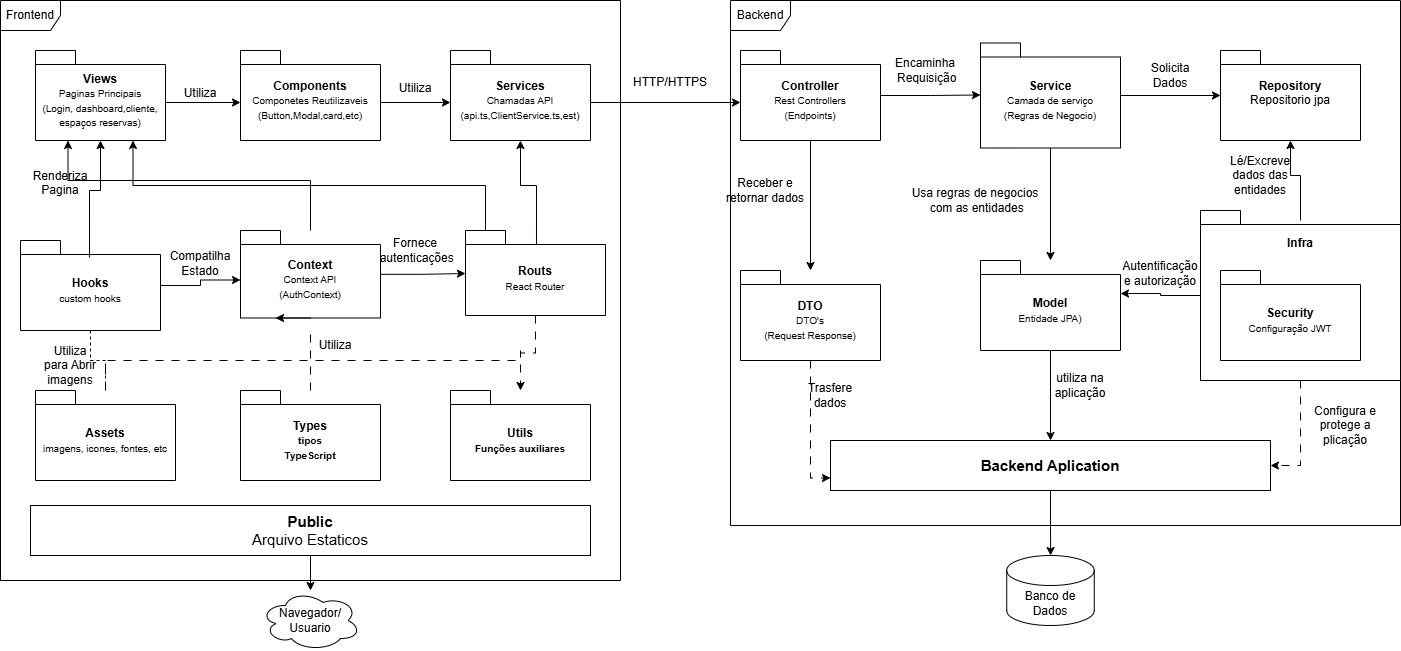
Earlier version of the draw.io export Docs/Diagramas/Diagrama de Pacotes.png (ArtKingOfNothing/Alug). Source tidied: cells renumbered, new cells last; positions are measured from the earlier drawing's top-left corner, leaving out a move shared by most shapes. Source of this version:
```xml
<mxGraphModel>
  <root>
    <mxCell id="0" />
    <mxCell id="1" parent="0" />
    <mxCell id="2" value="Frontend" style="shape=umlFrame;whiteSpace=wrap;html=1;" parent="1" vertex="1">
      <mxGeometry width="620" height="580" as="geometry" />
    </mxCell>
    <mxCell id="3" value="Backend" style="shape=umlFrame;whiteSpace=wrap;html=1;" parent="1" vertex="1">
      <mxGeometry x="730" width="670" height="525" as="geometry" />
    </mxCell>
    <mxCell id="4" value="Views&lt;div&gt;&lt;span style=&quot;font-weight: normal;&quot;&gt;&lt;font style=&quot;font-size: 10px;&quot;&gt;Paginas Principais&lt;/font&gt;&lt;/span&gt;&lt;/div&gt;&lt;div&gt;&lt;span style=&quot;font-weight: normal;&quot;&gt;&lt;font style=&quot;font-size: 10px;&quot;&gt;(Login, dashboard,cliente, espaços reservas&lt;span style=&quot;background-color: transparent; color: light-dark(rgb(0, 0, 0), rgb(255, 255, 255));&quot;&gt;)&lt;/span&gt;&lt;/font&gt;&lt;/span&gt;&lt;/div&gt;" style="shape=folder;fontStyle=1;spacingTop=10;tabWidth=40;tabHeight=14;tabPosition=left;html=1;whiteSpace=wrap;" parent="1" vertex="1">
      <mxGeometry x="35" y="50" width="130" height="90" as="geometry" />
    </mxCell>
    <mxCell id="5" value="Components&lt;div&gt;&lt;font size=&quot;1&quot;&gt;&lt;span style=&quot;font-weight: normal;&quot;&gt;Componetes Reutilizaveis&lt;/span&gt;&lt;/font&gt;&lt;/div&gt;&lt;div&gt;&lt;font size=&quot;1&quot;&gt;&lt;span style=&quot;font-weight: normal;&quot;&gt;(Button,Modal,card,etc)&lt;/span&gt;&lt;/font&gt;&lt;/div&gt;" style="shape=folder;fontStyle=1;spacingTop=10;tabWidth=40;tabHeight=14;tabPosition=left;html=1;whiteSpace=wrap;" parent="1" vertex="1">
      <mxGeometry x="240" y="50" width="140" height="90" as="geometry" />
    </mxCell>
    <mxCell id="6" value="Services&lt;div&gt;&lt;font size=&quot;1&quot;&gt;&lt;span style=&quot;font-weight: normal;&quot;&gt;Chamadas API&lt;/span&gt;&lt;/font&gt;&lt;/div&gt;&lt;div&gt;&lt;font size=&quot;1&quot;&gt;&lt;span style=&quot;font-weight: normal;&quot;&gt;(api.ts,ClientService.ts,est)&lt;/span&gt;&lt;/font&gt;&lt;/div&gt;" style="shape=folder;fontStyle=1;spacingTop=10;tabWidth=40;tabHeight=14;tabPosition=left;html=1;whiteSpace=wrap;" parent="1" vertex="1">
      <mxGeometry x="450" y="50" width="140" height="90" as="geometry" />
    </mxCell>
    <mxCell id="7" value="Hooks&lt;div&gt;&lt;font size=&quot;1&quot;&gt;&lt;span style=&quot;font-weight: normal;&quot;&gt;custom hooks&lt;/span&gt;&lt;/font&gt;&lt;/div&gt;" style="shape=folder;fontStyle=1;spacingTop=10;tabWidth=40;tabHeight=14;tabPosition=left;html=1;whiteSpace=wrap;" parent="1" vertex="1">
      <mxGeometry x="20" y="240" width="140" height="90" as="geometry" />
    </mxCell>
    <mxCell id="8" value="Context&lt;div&gt;&lt;font size=&quot;1&quot;&gt;&lt;span style=&quot;font-weight: normal;&quot;&gt;Context API&lt;/span&gt;&lt;/font&gt;&lt;/div&gt;&lt;div&gt;&lt;font size=&quot;1&quot;&gt;&lt;span style=&quot;font-weight: normal;&quot;&gt;(AuthContext)&lt;/span&gt;&lt;/font&gt;&lt;/div&gt;" style="shape=folder;fontStyle=1;spacingTop=10;tabWidth=40;tabHeight=14;tabPosition=left;html=1;whiteSpace=wrap;" parent="1" vertex="1">
      <mxGeometry x="240" y="230" width="140" height="87.5" as="geometry" />
    </mxCell>
    <mxCell id="9" style="edgeStyle=orthogonalEdgeStyle;rounded=0;jettySize=auto;html=1;exitX=0.507;exitY=0.2;exitDx=0;exitDy=0;exitPerimeter=0;" parent="1" edge="1" source="11" target="6">
      <mxGeometry relative="1" as="geometry" />
    </mxCell>
    <mxCell id="10" style="edgeStyle=orthogonalEdgeStyle;rounded=0;jettySize=auto;html=1;dashed=1;dashPattern=8 8;" parent="1" edge="1" source="11" target="17">
      <mxGeometry relative="1" as="geometry" />
    </mxCell>
    <mxCell id="11" value="Routs&lt;div&gt;&lt;font size=&quot;1&quot;&gt;&lt;span style=&quot;font-weight: 400;&quot;&gt;React Router&lt;/span&gt;&lt;/font&gt;&lt;/div&gt;" style="shape=folder;fontStyle=1;spacingTop=10;tabWidth=40;tabHeight=14;tabPosition=left;html=1;whiteSpace=wrap;" parent="1" vertex="1">
      <mxGeometry x="465" y="230" width="140" height="85" as="geometry" />
    </mxCell>
    <mxCell id="12" style="edgeStyle=orthogonalEdgeStyle;rounded=0;jettySize=auto;html=1;dashed=1;dashPattern=8 8;endArrow=none;endFill=0;" parent="1" edge="1" source="13">
      <mxGeometry relative="1" as="geometry">
        <mxPoint x="520" y="350" as="targetPoint" />
        <Array as="points">
          <mxPoint x="105" y="360" />
          <mxPoint x="520" y="360" />
        </Array>
      </mxGeometry>
    </mxCell>
    <mxCell id="13" value="Assets&lt;div&gt;&lt;font size=&quot;1&quot;&gt;&lt;span style=&quot;font-weight: normal;&quot;&gt;imagens, icones, fontes, etc&lt;/span&gt;&lt;/font&gt;&lt;/div&gt;" style="shape=folder;fontStyle=1;spacingTop=10;tabWidth=40;tabHeight=14;tabPosition=left;html=1;whiteSpace=wrap;" parent="1" vertex="1">
      <mxGeometry x="35" y="390" width="140" height="90" as="geometry" />
    </mxCell>
    <mxCell id="14" style="edgeStyle=orthogonalEdgeStyle;rounded=0;orthogonalLoop=1;jettySize=auto;html=1;exitX=0.5;exitY=1;exitDx=0;exitDy=0;exitPerimeter=0;entryX=0.25;entryY=1;entryDx=0;entryDy=0;entryPerimeter=0;" parent="1" edge="1" source="8" target="8">
      <mxGeometry relative="1" as="geometry" />
    </mxCell>
    <mxCell id="15" style="edgeStyle=orthogonalEdgeStyle;rounded=0;jettySize=auto;html=1;endArrow=none;endFill=0;dashed=1;dashPattern=8 8;" parent="1" edge="1" source="16">
      <mxGeometry relative="1" as="geometry">
        <mxPoint x="310" y="330" as="targetPoint" />
      </mxGeometry>
    </mxCell>
    <mxCell id="16" value="Types&lt;div&gt;&lt;font style=&quot;font-size: 10px;&quot;&gt;tipos&lt;/font&gt;&lt;/div&gt;&lt;div&gt;&lt;font style=&quot;font-size: 10px;&quot;&gt;TypeScript&lt;/font&gt;&lt;/div&gt;" style="shape=folder;fontStyle=1;spacingTop=10;tabWidth=40;tabHeight=14;tabPosition=left;html=1;whiteSpace=wrap;" parent="1" vertex="1">
      <mxGeometry x="240" y="390" width="140" height="90" as="geometry" />
    </mxCell>
    <mxCell id="17" value="Utils&lt;div&gt;&lt;font size=&quot;1&quot;&gt;Funções auxiliares&lt;/font&gt;&lt;/div&gt;" style="shape=folder;fontStyle=1;spacingTop=10;tabWidth=40;tabHeight=14;tabPosition=left;html=1;whiteSpace=wrap;" parent="1" vertex="1">
      <mxGeometry x="450" y="390" width="140" height="90" as="geometry" />
    </mxCell>
    <mxCell id="18" style="edgeStyle=orthogonalEdgeStyle;rounded=0;jettySize=auto;html=1;" parent="1" edge="1" source="19" target="20">
      <mxGeometry relative="1" as="geometry" />
    </mxCell>
    <mxCell id="19" value="&lt;font style=&quot;font-size: 15px;&quot;&gt;&lt;b style=&quot;&quot;&gt;Public&lt;br&gt;&lt;/b&gt;Arquivo Estaticos&lt;/font&gt;" style="html=1;whiteSpace=wrap;" parent="1" vertex="1">
      <mxGeometry x="30" y="505" width="560" height="50" as="geometry" />
    </mxCell>
    <mxCell id="20" value="Navegador/&lt;div&gt;Usuario&lt;/div&gt;" style="ellipse;shape=cloud;whiteSpace=wrap;html=1;align=center;" parent="1" vertex="1">
      <mxGeometry x="260" y="590" width="100" height="60" as="geometry" />
    </mxCell>
    <mxCell id="21" style="edgeStyle=orthogonalEdgeStyle;rounded=0;jettySize=auto;html=1;" parent="1" edge="1" source="22" target="30">
      <mxGeometry relative="1" as="geometry" />
    </mxCell>
    <mxCell id="22" value="Controller&lt;div&gt;&lt;span style=&quot;font-weight: normal; font-size: x-small; background-color: transparent; color: light-dark(rgb(0, 0, 0), rgb(255, 255, 255));&quot;&gt;Rest Controllers&lt;/span&gt;&lt;/div&gt;&lt;div&gt;&lt;span style=&quot;font-weight: normal; font-size: x-small; background-color: transparent; color: light-dark(rgb(0, 0, 0), rgb(255, 255, 255));&quot;&gt;(Endpoints)&lt;/span&gt;&lt;/div&gt;" style="shape=folder;fontStyle=1;spacingTop=10;tabWidth=40;tabHeight=14;tabPosition=left;html=1;whiteSpace=wrap;" parent="1" vertex="1">
      <mxGeometry x="740" y="50" width="140" height="90" as="geometry" />
    </mxCell>
    <mxCell id="23" value="Repository&lt;div&gt;&lt;span style=&quot;font-weight: normal;&quot;&gt;Repositorio jpa&lt;/span&gt;&lt;/div&gt;&lt;div&gt;&lt;span style=&quot;font-weight: normal;&quot;&gt;&lt;br&gt;&lt;/span&gt;&lt;/div&gt;" style="shape=folder;fontStyle=1;spacingTop=10;tabWidth=40;tabHeight=14;tabPosition=left;html=1;whiteSpace=wrap;" parent="1" vertex="1">
      <mxGeometry x="1220" y="50" width="140" height="90" as="geometry" />
    </mxCell>
    <mxCell id="24" style="edgeStyle=orthogonalEdgeStyle;rounded=0;jettySize=auto;html=1;" parent="1" edge="1" source="26" target="23">
      <mxGeometry relative="1" as="geometry" />
    </mxCell>
    <mxCell id="25" style="edgeStyle=orthogonalEdgeStyle;rounded=0;jettySize=auto;html=1;" parent="1" edge="1" source="26" target="32">
      <mxGeometry relative="1" as="geometry" />
    </mxCell>
    <mxCell id="26" value="Service&lt;div&gt;&lt;font size=&quot;1&quot;&gt;&lt;span style=&quot;font-weight: 400;&quot;&gt;Camada de serviço&lt;/span&gt;&lt;/font&gt;&lt;/div&gt;&lt;div&gt;&lt;font size=&quot;1&quot;&gt;&lt;span style=&quot;font-weight: 400;&quot;&gt;(Regras de Negocio)&lt;/span&gt;&lt;/font&gt;&lt;/div&gt;" style="shape=folder;fontStyle=1;spacingTop=10;tabWidth=40;tabHeight=14;tabPosition=left;html=1;whiteSpace=wrap;" parent="1" vertex="1">
      <mxGeometry x="980" y="42.5" width="140" height="105" as="geometry" />
    </mxCell>
    <mxCell id="27" style="edgeStyle=orthogonalEdgeStyle;rounded=0;jettySize=auto;html=1;entryX=1;entryY=0.5;entryDx=0;entryDy=0;dashed=1;dashPattern=8 8;" parent="1" edge="1" source="28" target="36">
      <mxGeometry relative="1" as="geometry" />
    </mxCell>
    <mxCell id="28" value="Infra&lt;div&gt;&lt;br&gt;&lt;/div&gt;&lt;div&gt;&lt;br&gt;&lt;/div&gt;&lt;div&gt;&lt;br&gt;&lt;/div&gt;&lt;div&gt;&lt;br&gt;&lt;/div&gt;&lt;div&gt;&lt;br&gt;&lt;/div&gt;&lt;div&gt;&lt;br&gt;&lt;/div&gt;&lt;div&gt;&lt;br&gt;&lt;div&gt;&lt;br&gt;&lt;/div&gt;&lt;/div&gt;" style="shape=folder;fontStyle=1;spacingTop=10;tabWidth=40;tabHeight=14;tabPosition=left;html=1;whiteSpace=wrap;" parent="1" vertex="1">
      <mxGeometry x="1200" y="210" width="200" height="170" as="geometry" />
    </mxCell>
    <mxCell id="29" style="edgeStyle=orthogonalEdgeStyle;rounded=0;jettySize=auto;html=1;entryX=0;entryY=0.75;entryDx=0;entryDy=0;dashed=1;dashPattern=8 8;" parent="1" edge="1" source="30" target="36">
      <mxGeometry relative="1" as="geometry" />
    </mxCell>
    <mxCell id="30" value="DTO&lt;br&gt;&lt;div&gt;&lt;font size=&quot;1&quot;&gt;&lt;span style=&quot;font-weight: 400;&quot;&gt;DTO's&lt;/span&gt;&lt;/font&gt;&lt;/div&gt;&lt;div&gt;&lt;font size=&quot;1&quot;&gt;&lt;span style=&quot;font-weight: 400;&quot;&gt;(Request Response)&lt;/span&gt;&lt;/font&gt;&lt;/div&gt;" style="shape=folder;fontStyle=1;spacingTop=10;tabWidth=40;tabHeight=14;tabPosition=left;html=1;whiteSpace=wrap;" parent="1" vertex="1">
      <mxGeometry x="740" y="270" width="140" height="90" as="geometry" />
    </mxCell>
    <mxCell id="31" style="edgeStyle=orthogonalEdgeStyle;rounded=0;jettySize=auto;html=1;" parent="1" edge="1" source="32" target="36">
      <mxGeometry relative="1" as="geometry" />
    </mxCell>
    <mxCell id="32" value="Model&lt;br&gt;&lt;div&gt;&lt;span style=&quot;font-weight: normal; font-size: x-small; background-color: transparent; color: light-dark(rgb(0, 0, 0), rgb(255, 255, 255));&quot;&gt;Entidade JPA)&lt;/span&gt;&lt;/div&gt;" style="shape=folder;fontStyle=1;spacingTop=10;tabWidth=40;tabHeight=14;tabPosition=left;html=1;whiteSpace=wrap;" parent="1" vertex="1">
      <mxGeometry x="980" y="260" width="140" height="90" as="geometry" />
    </mxCell>
    <mxCell id="33" style="edgeStyle=orthogonalEdgeStyle;rounded=0;jettySize=auto;html=1;exitX=0;exitY=0;exitDx=140;exitDy=52;exitPerimeter=0;entryX=0;entryY=0;entryDx=0;entryDy=52;entryPerimeter=0;" parent="1" edge="1" source="6" target="22">
      <mxGeometry relative="1" as="geometry" />
    </mxCell>
    <mxCell id="34" value="Security&lt;div&gt;&lt;font size=&quot;1&quot;&gt;&lt;span style=&quot;font-weight: 400;&quot;&gt;Configuração JWT&lt;/span&gt;&lt;/font&gt;&lt;/div&gt;" style="shape=folder;fontStyle=1;spacingTop=10;tabWidth=40;tabHeight=14;tabPosition=left;html=1;whiteSpace=wrap;" parent="1" vertex="1">
      <mxGeometry x="1220" y="270" width="140" height="90" as="geometry" />
    </mxCell>
    <mxCell id="35" style="edgeStyle=orthogonalEdgeStyle;rounded=0;jettySize=auto;html=1;" parent="1" edge="1" source="36" target="37">
      <mxGeometry relative="1" as="geometry" />
    </mxCell>
    <mxCell id="36" value="&lt;b&gt;&lt;font style=&quot;font-size: 15px;&quot;&gt;Backend Aplication&lt;/font&gt;&lt;/b&gt;" style="html=1;whiteSpace=wrap;" parent="1" vertex="1">
      <mxGeometry x="830" y="440" width="440" height="50" as="geometry" />
    </mxCell>
    <mxCell id="37" value="Banco de Dados" style="shape=cylinder3;whiteSpace=wrap;html=1;boundedLbl=1;backgroundOutline=1;size=15;" parent="1" vertex="1">
      <mxGeometry x="1006.2" y="555" width="87.5" height="70" as="geometry" />
    </mxCell>
    <mxCell id="38" value="&lt;p dir=&quot;auto&quot; style=&quot;white-space: pre-wrap;&quot;&gt;HTTP/HTTPS&lt;/p&gt;&lt;p dir=&quot;auto&quot; style=&quot;white-space: pre-wrap;&quot;&gt;&lt;br&gt;&lt;/p&gt;" style="text;html=1;whiteSpace=wrap;strokeColor=none;fillColor=none;align=center;verticalAlign=middle;rounded=0;" parent="1" vertex="1">
      <mxGeometry x="640" y="80" width="60" height="30" as="geometry" />
    </mxCell>
    <mxCell id="39" style="edgeStyle=orthogonalEdgeStyle;rounded=0;jettySize=auto;html=1;exitX=0;exitY=0;exitDx=130;exitDy=52;exitPerimeter=0;entryX=0;entryY=0;entryDx=0;entryDy=52;entryPerimeter=0;" parent="1" edge="1" source="4" target="5">
      <mxGeometry relative="1" as="geometry" />
    </mxCell>
    <mxCell id="40" value="Utiliza&lt;div&gt;&lt;br&gt;&lt;/div&gt;" style="text;html=1;whiteSpace=wrap;strokeColor=none;fillColor=none;align=center;verticalAlign=middle;rounded=0;" parent="1" vertex="1">
      <mxGeometry x="170" y="80" width="60" height="40" as="geometry" />
    </mxCell>
    <mxCell id="41" value="Utiliza&lt;div&gt;&lt;br&gt;&lt;/div&gt;" style="text;html=1;whiteSpace=wrap;strokeColor=none;fillColor=none;align=center;verticalAlign=middle;rounded=0;" parent="1" vertex="1">
      <mxGeometry x="385" y="75" width="60" height="40" as="geometry" />
    </mxCell>
    <mxCell id="42" style="edgeStyle=orthogonalEdgeStyle;rounded=0;jettySize=auto;html=1;exitX=0;exitY=0;exitDx=140;exitDy=52;exitPerimeter=0;entryX=0;entryY=0;entryDx=0;entryDy=52;entryPerimeter=0;" parent="1" edge="1" source="5" target="6">
      <mxGeometry relative="1" as="geometry" />
    </mxCell>
    <mxCell id="43" style="edgeStyle=orthogonalEdgeStyle;rounded=0;jettySize=auto;html=1;entryX=0.5;entryY=1;entryDx=0;entryDy=0;entryPerimeter=0;exitX=0.493;exitY=0.189;exitDx=0;exitDy=0;exitPerimeter=0;" parent="1" edge="1" source="7" target="4">
      <mxGeometry relative="1" as="geometry" />
    </mxCell>
    <mxCell id="44" value="Renderiza&lt;div&gt;Pagina&lt;div&gt;&lt;br&gt;&lt;/div&gt;&lt;/div&gt;" style="text;html=1;whiteSpace=wrap;strokeColor=none;fillColor=none;align=center;verticalAlign=middle;rounded=0;" parent="1" vertex="1">
      <mxGeometry x="20" y="160" width="80" height="60" as="geometry" />
    </mxCell>
    <mxCell id="45" style="edgeStyle=orthogonalEdgeStyle;rounded=0;jettySize=auto;html=1;entryX=0.25;entryY=1;entryDx=0;entryDy=0;entryPerimeter=0;" parent="1" edge="1" source="8" target="4">
      <mxGeometry relative="1" as="geometry">
        <Array as="points">
          <mxPoint x="310" y="180" />
          <mxPoint x="68" y="180" />
        </Array>
      </mxGeometry>
    </mxCell>
    <mxCell id="46" style="edgeStyle=orthogonalEdgeStyle;rounded=0;jettySize=auto;html=1;exitX=0;exitY=0;exitDx=20;exitDy=0;exitPerimeter=0;entryX=0.75;entryY=1;entryDx=0;entryDy=0;entryPerimeter=0;" parent="1" edge="1" source="11" target="4">
      <mxGeometry relative="1" as="geometry" />
    </mxCell>
    <mxCell id="47" style="edgeStyle=orthogonalEdgeStyle;rounded=0;jettySize=auto;html=1;entryX=0;entryY=0;entryDx=0;entryDy=49.5;entryPerimeter=0;" parent="1" edge="1" source="7" target="8">
      <mxGeometry relative="1" as="geometry" />
    </mxCell>
    <mxCell id="48" style="edgeStyle=orthogonalEdgeStyle;rounded=0;jettySize=auto;html=1;entryX=0;entryY=0.506;entryDx=0;entryDy=0;entryPerimeter=0;" parent="1" edge="1" source="8" target="11">
      <mxGeometry relative="1" as="geometry" />
    </mxCell>
    <mxCell id="49" style="edgeStyle=orthogonalEdgeStyle;rounded=0;jettySize=auto;html=1;entryX=0.5;entryY=1;entryDx=0;entryDy=0;entryPerimeter=0;endArrow=none;endFill=0;dashed=1;" parent="1" edge="1" source="13" target="7">
      <mxGeometry relative="1" as="geometry" />
    </mxCell>
    <mxCell id="50" value="Utiliza para Abrir imagens" style="text;html=1;whiteSpace=wrap;strokeColor=none;fillColor=none;align=center;verticalAlign=middle;rounded=0;" parent="1" vertex="1">
      <mxGeometry x="40" y="350" width="60" height="30" as="geometry" />
    </mxCell>
    <mxCell id="51" value="Utiliza" style="text;html=1;whiteSpace=wrap;strokeColor=none;fillColor=none;align=center;verticalAlign=middle;rounded=0;" parent="1" vertex="1">
      <mxGeometry x="305" y="330" width="60" height="30" as="geometry" />
    </mxCell>
    <mxCell id="52" value="Fornece&lt;div&gt;&amp;nbsp;autenticações&lt;/div&gt;" style="text;html=1;whiteSpace=wrap;strokeColor=none;fillColor=none;align=center;verticalAlign=middle;rounded=0;" parent="1" vertex="1">
      <mxGeometry x="365" y="230" width="100" height="40" as="geometry" />
    </mxCell>
    <mxCell id="53" value="Compatilha&lt;div&gt;Estado&lt;/div&gt;" style="text;html=1;whiteSpace=wrap;strokeColor=none;fillColor=none;align=center;verticalAlign=middle;rounded=0;" parent="1" vertex="1">
      <mxGeometry x="160" y="242.5" width="80" height="40" as="geometry" />
    </mxCell>
    <mxCell id="54" style="edgeStyle=orthogonalEdgeStyle;rounded=0;jettySize=auto;html=1;entryX=0.5;entryY=1;entryDx=0;entryDy=0;entryPerimeter=0;exitX=0.5;exitY=0.059;exitDx=0;exitDy=0;exitPerimeter=0;" parent="1" edge="1" source="28" target="23">
      <mxGeometry relative="1" as="geometry" />
    </mxCell>
    <mxCell id="55" style="edgeStyle=orthogonalEdgeStyle;rounded=0;jettySize=auto;html=1;entryX=0;entryY=0;entryDx=140;entryDy=33;entryPerimeter=0;" parent="1" edge="1" source="28" target="32">
      <mxGeometry relative="1" as="geometry" />
    </mxCell>
    <mxCell id="56" style="edgeStyle=orthogonalEdgeStyle;rounded=0;jettySize=auto;html=1;entryX=0;entryY=0;entryDx=0;entryDy=52;entryPerimeter=0;" parent="1" edge="1" source="22" target="26">
      <mxGeometry relative="1" as="geometry" />
    </mxCell>
    <mxCell id="57" value="Encaminha&lt;div&gt;&amp;nbsp;Requisição&lt;/div&gt;" style="text;html=1;whiteSpace=wrap;strokeColor=none;fillColor=none;align=center;verticalAlign=middle;rounded=0;" parent="1" vertex="1">
      <mxGeometry x="880" y="50" width="90" height="40" as="geometry" />
    </mxCell>
    <mxCell id="58" value="Solicita Dados" style="text;html=1;whiteSpace=wrap;strokeColor=none;fillColor=none;align=center;verticalAlign=middle;rounded=0;" parent="1" vertex="1">
      <mxGeometry x="1140" y="60" width="60" height="30" as="geometry" />
    </mxCell>
    <mxCell id="59" value="Lé/Excreve dados das entidades" style="text;html=1;whiteSpace=wrap;strokeColor=none;fillColor=none;align=center;verticalAlign=middle;rounded=0;" parent="1" vertex="1">
      <mxGeometry x="1230" y="160" width="60" height="30" as="geometry" />
    </mxCell>
    <mxCell id="60" value="Usa regras de negocios&lt;div&gt;&amp;nbsp;com as entidades&lt;/div&gt;" style="text;html=1;whiteSpace=wrap;strokeColor=none;fillColor=none;align=center;verticalAlign=middle;rounded=0;" parent="1" vertex="1">
      <mxGeometry x="900" y="180" width="150" height="40" as="geometry" />
    </mxCell>
    <mxCell id="61" value="Autentificação e autorização" style="text;html=1;whiteSpace=wrap;strokeColor=none;fillColor=none;align=center;verticalAlign=middle;rounded=0;" parent="1" vertex="1">
      <mxGeometry x="1130" y="257.5" width="60" height="30" as="geometry" />
    </mxCell>
    <mxCell id="62" value="Receber e retornar dados" style="text;html=1;whiteSpace=wrap;strokeColor=none;fillColor=none;align=center;verticalAlign=middle;rounded=0;" parent="1" vertex="1">
      <mxGeometry x="720" y="175" width="90" height="30" as="geometry" />
    </mxCell>
    <mxCell id="63" value="utiliza na aplicação" style="text;html=1;whiteSpace=wrap;strokeColor=none;fillColor=none;align=center;verticalAlign=middle;rounded=0;" parent="1" vertex="1">
      <mxGeometry x="1050" y="370" width="60" height="30" as="geometry" />
    </mxCell>
    <mxCell id="64" value="Configura e protege a plicação" style="text;html=1;whiteSpace=wrap;strokeColor=none;fillColor=none;align=center;verticalAlign=middle;rounded=0;" parent="1" vertex="1">
      <mxGeometry x="1300" y="410" width="90" height="30" as="geometry" />
    </mxCell>
    <mxCell id="65" value="Trasfere dados" style="text;html=1;whiteSpace=wrap;strokeColor=none;fillColor=none;align=center;verticalAlign=middle;rounded=0;" parent="1" vertex="1">
      <mxGeometry x="800" y="380" width="60" height="30" as="geometry" />
    </mxCell>
  </root>
</mxGraphModel>
```
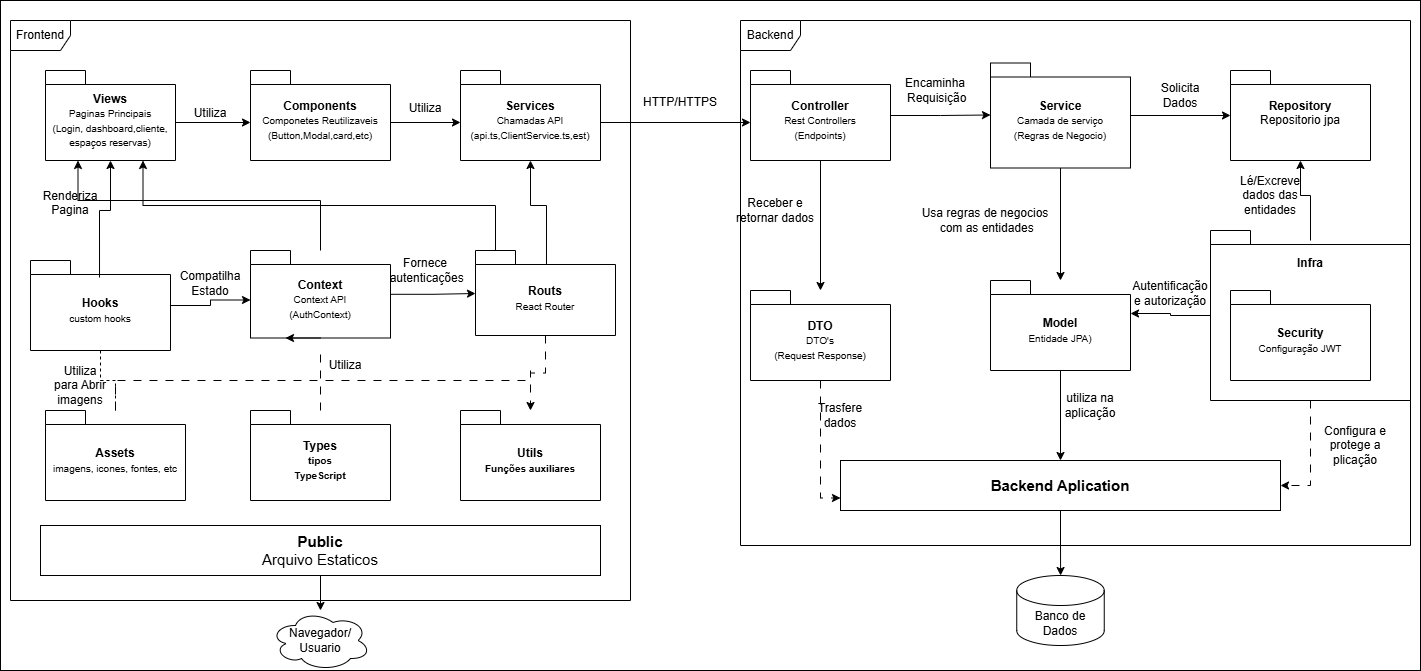
The same diagram one commit later.

Commit message:
docs: Ajustes Diagramas

Diff of the diagram source:
```diff
@@ -2,6 +2,9 @@
   <root>
     <mxCell id="0" />
     <mxCell id="1" parent="0" />
+    <mxCell id="66" style="rounded=0;whiteSpace=wrap;html=1;fillColor=#FFFFFF;" parent="1" vertex="1">
+      <mxGeometry x="-10" y="-20" width="1420" height="670" as="geometry" />
+    </mxCell>
     <mxCell id="2" value="Frontend" style="shape=umlFrame;whiteSpace=wrap;html=1;" parent="1" vertex="1">
       <mxGeometry width="620" height="580" as="geometry" />
     </mxCell>
```
